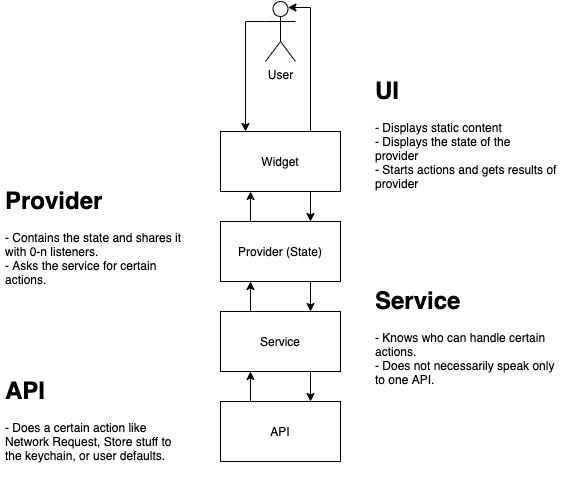
Before: structure.png, a diagram exported from draw.io (Brudus/Diagrams). Source tidied: cells renumbered, new cells last; positions are measured from the earlier drawing's top-left corner, leaving out a move shared by most shapes.
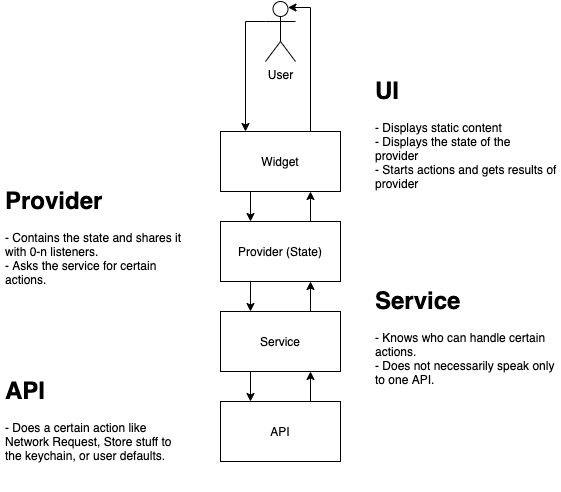
After the change.

What changed in the source:
```diff
@@ -31,22 +31,22 @@
     <mxCell id="8" value="User" style="shape=umlActor;verticalLabelPosition=bottom;verticalAlign=top;html=1;outlineConnect=0;" parent="1" vertex="1">
       <mxGeometry x="265" width="30" height="60" as="geometry" />
     </mxCell>
-    <mxCell id="9" style="endArrow=classic;html=1;entryX=0.25;entryY=1;entryDx=0;entryDy=0;exitX=0.25;exitY=0;exitDx=0;exitDy=0;" parent="1" edge="1" source="5" target="4">
+    <mxCell id="9" style="endArrow=classic;html=1;entryX=0.75;entryY=1;entryDx=0;entryDy=0;exitX=0.75;exitY=0;exitDx=0;exitDy=0;" parent="1" edge="1" source="5" target="4">
       <mxGeometry relative="1" as="geometry" />
     </mxCell>
-    <mxCell id="10" style="endArrow=classic;html=1;entryX=0.75;entryY=0;entryDx=0;entryDy=0;exitX=0.75;exitY=1;exitDx=0;exitDy=0;" parent="1" edge="1" source="4" target="5">
+    <mxCell id="10" style="endArrow=classic;html=1;entryX=0.25;entryY=0;entryDx=0;entryDy=0;exitX=0.25;exitY=1;exitDx=0;exitDy=0;" parent="1" edge="1" source="4" target="5">
       <mxGeometry relative="1" as="geometry" />
     </mxCell>
-    <mxCell id="11" style="endArrow=classic;html=1;entryX=0.75;entryY=0;entryDx=0;entryDy=0;exitX=0.75;exitY=1;exitDx=0;exitDy=0;" parent="1" edge="1" source="5" target="6">
+    <mxCell id="11" style="endArrow=classic;html=1;entryX=0.25;entryY=0;entryDx=0;entryDy=0;exitX=0.25;exitY=1;exitDx=0;exitDy=0;" parent="1" edge="1" source="5" target="6">
       <mxGeometry relative="1" as="geometry" />
     </mxCell>
-    <mxCell id="12" style="endArrow=classic;html=1;entryX=0.25;entryY=1;entryDx=0;entryDy=0;exitX=0.25;exitY=0;exitDx=0;exitDy=0;" parent="1" edge="1" source="6" target="5">
+    <mxCell id="12" style="endArrow=classic;html=1;entryX=0.75;entryY=1;entryDx=0;entryDy=0;exitX=0.75;exitY=0;exitDx=0;exitDy=0;" parent="1" edge="1" source="6" target="5">
       <mxGeometry relative="1" as="geometry" />
     </mxCell>
-    <mxCell id="13" style="endArrow=classic;html=1;entryX=0.25;entryY=1;entryDx=0;entryDy=0;exitX=0.25;exitY=0;exitDx=0;exitDy=0;" parent="1" edge="1" source="4" target="3">
+    <mxCell id="13" style="endArrow=classic;html=1;entryX=0.75;entryY=1;entryDx=0;entryDy=0;exitX=0.75;exitY=0;exitDx=0;exitDy=0;" parent="1" edge="1" source="4" target="3">
       <mxGeometry relative="1" as="geometry" />
     </mxCell>
-    <mxCell id="14" style="endArrow=classic;html=1;exitX=0.75;exitY=1;exitDx=0;exitDy=0;entryX=0.75;entryY=0;entryDx=0;entryDy=0;" parent="1" edge="1" source="3" target="4">
+    <mxCell id="14" style="endArrow=classic;html=1;exitX=0.25;exitY=1;exitDx=0;exitDy=0;entryX=0.25;entryY=0;entryDx=0;entryDy=0;" parent="1" edge="1" source="3" target="4">
       <mxGeometry relative="1" as="geometry" />
     </mxCell>
     <mxCell id="15" value="&lt;h1&gt;UI&lt;/h1&gt;&lt;p&gt;- Displays static content&lt;br&gt;&lt;span&gt;- Displays the state of the provider&lt;br&gt;- Starts actions and gets results of provider&lt;/span&gt;&lt;/p&gt;" style="text;html=1;strokeColor=none;fillColor=none;spacing=5;spacingTop=-20;whiteSpace=wrap;overflow=hidden;rounded=0;" parent="1" vertex="1">
```
